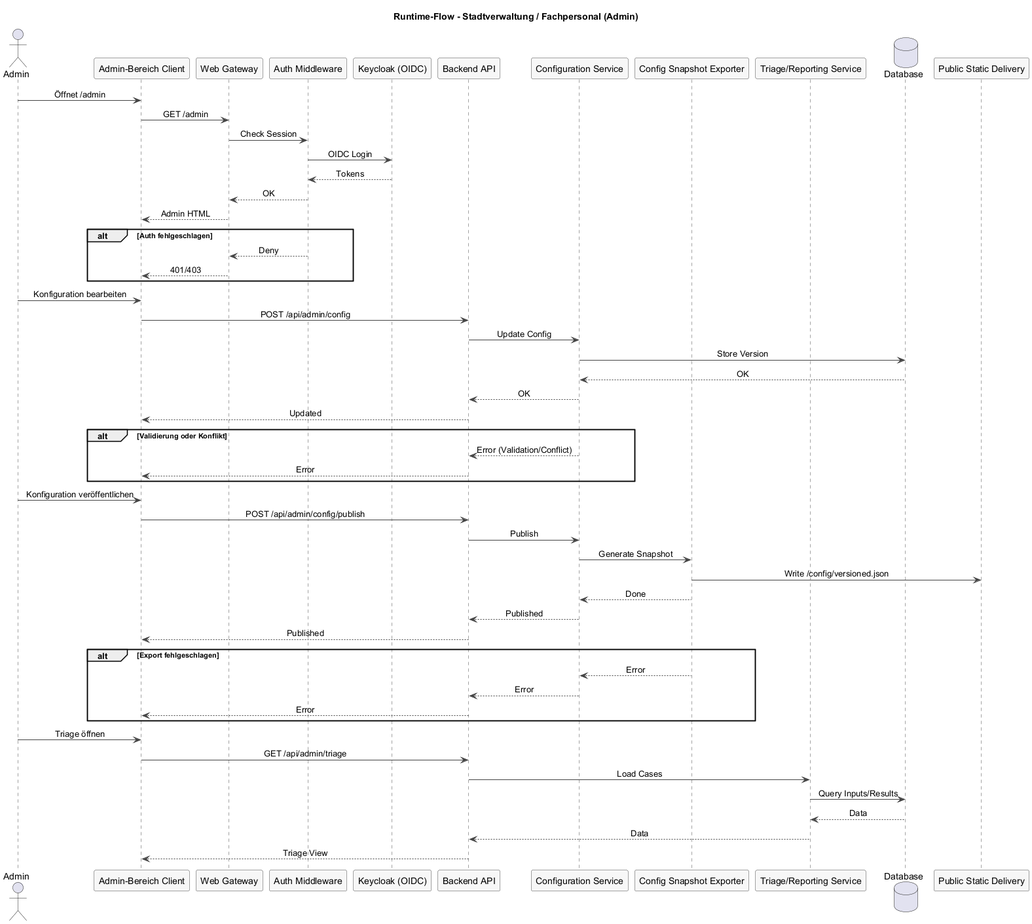
The PlantUML diagram docs/architecture/attachments/runtime-flow-admin.png in csi-FOXBYTE/Regensburg_DigitalerEnergieZwilling_Backend, before a commit.
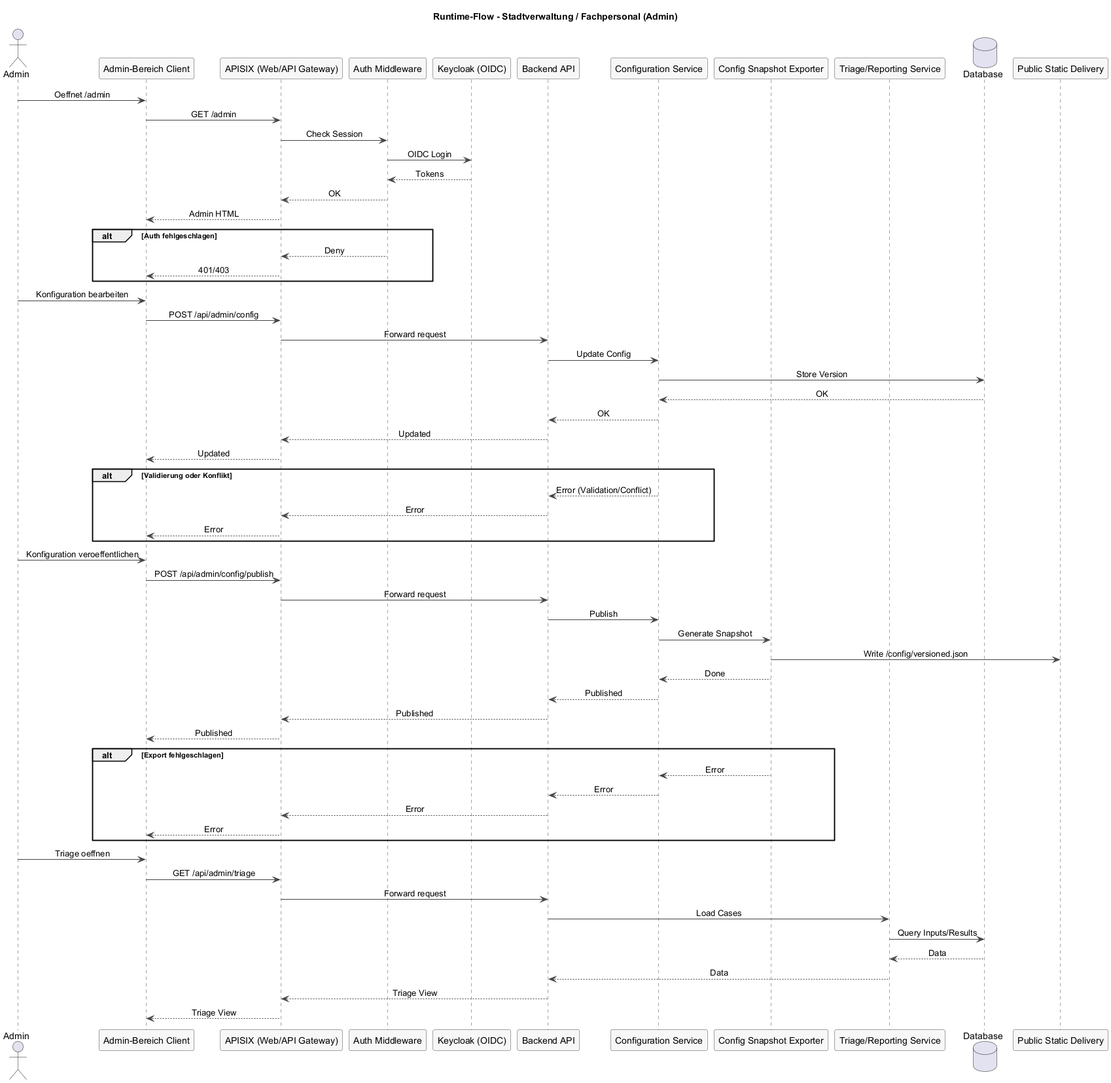
After the commit.

Diff of the diagram source:
```diff
@@ -14,7 +14,7 @@
 
 actor Admin as admin
 participant "Admin-Bereich Client" as client
-participant "Web Gateway" as gateway
+participant "APISIX (Web/API Gateway)" as gateway
 participant "Auth Middleware" as auth
 participant "Keycloak (OIDC)" as keycloak
 participant "Backend API" as api
@@ -24,7 +24,7 @@
 database "Database" as db
 participant "Public Static Delivery" as public_static
 
-admin -> client: Öffnet /admin
+admin -> client: Oeffnet /admin
 client -> gateway: GET /admin
 gateway -> auth: Check Session
 auth -> keycloak: OIDC Login
@@ -38,39 +38,47 @@
 end
 
 admin -> client: Konfiguration bearbeiten
-client -> api: POST /api/admin/config
+client -> gateway: POST /api/admin/config
+gateway -> api: Forward request
 api -> config: Update Config
 config -> db: Store Version
 db --> config: OK
 config --> api: OK
-api --> client: Updated
+api --> gateway: Updated
+gateway --> client: Updated
 
 alt Validierung oder Konflikt
   config --> api: Error (Validation/Conflict)
-  api --> client: Error
+  api --> gateway: Error
+  gateway --> client: Error
 end
 
-admin -> client: Konfiguration veröffentlichen
-client -> api: POST /api/admin/config/publish
+admin -> client: Konfiguration veroeffentlichen
+client -> gateway: POST /api/admin/config/publish
+gateway -> api: Forward request
 api -> config: Publish
 config -> export: Generate Snapshot
 export -> public_static: Write /config/versioned.json
 export --> config: Done
 config --> api: Published
-api --> client: Published
+api --> gateway: Published
+gateway --> client: Published
 
 alt Export fehlgeschlagen
   export --> config: Error
   config --> api: Error
-  api --> client: Error
+  api --> gateway: Error
+  gateway --> client: Error
 end
 
-admin -> client: Triage öffnen
-client -> api: GET /api/admin/triage
+admin -> client: Triage oeffnen
+client -> gateway: GET /api/admin/triage
+gateway -> api: Forward request
 api -> triage: Load Cases
 triage -> db: Query Inputs/Results
 db --> triage: Data
 triage --> api: Data
-api --> client: Triage View
+api --> gateway: Triage View
+gateway --> client: Triage View
 
 @enduml
```
